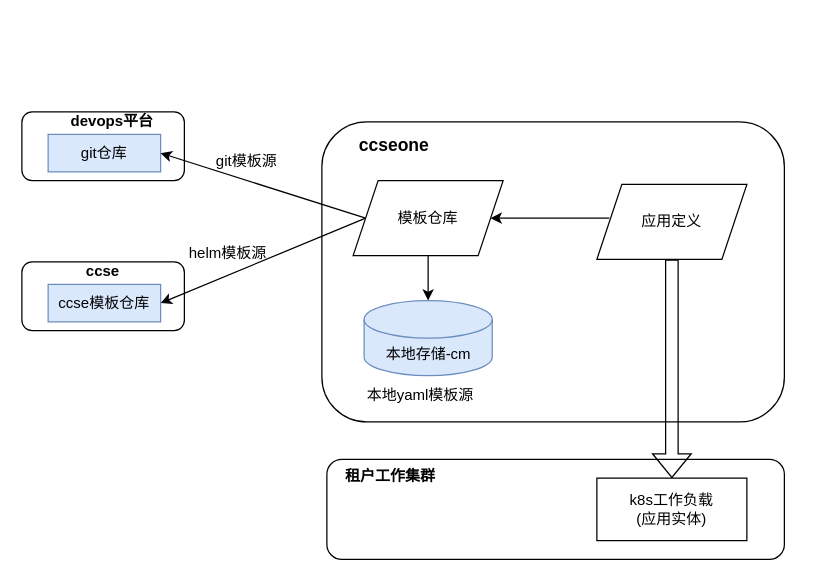
The draw.io diagram page "模板仓库" (2 of 5) of drawio/zz.drawio in Tiny-VS-Lina/ccse, before the edit. Source tidied: cells renumbered, new cells numbered last; positions are measured from the earlier drawing's top-left corner, leaving out a move shared by most shapes. Both pictures are drawn from the tidied source at 125%, with x=0, y=0 at pixel (21, 109).
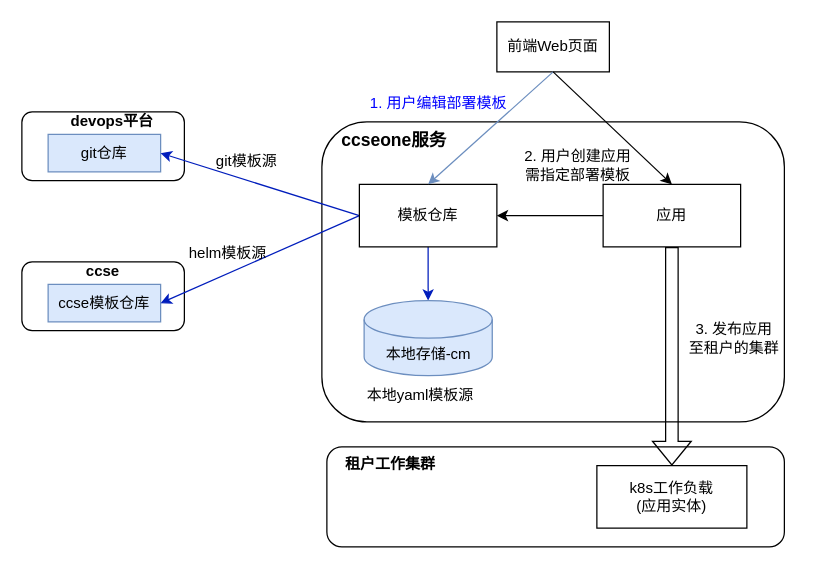
The same diagram, later.

Unchanged cells that the change refers to:
```xml
<mxCell id="5" value="git仓库" style="rounded=0;whiteSpace=wrap;html=1;fillColor=#dae8fc;strokeColor=#6c8ebf;" parent="3" vertex="1">
  <mxGeometry x="21" y="20" width="90" height="30" as="geometry" />
</mxCell>
<mxCell id="9" value="ccse模板仓库" style="rounded=0;whiteSpace=wrap;html=1;fillColor=#dae8fc;strokeColor=#6c8ebf;" parent="7" vertex="1">
  <mxGeometry x="21" y="20" width="90" height="30" as="geometry" />
</mxCell>
<mxCell id="18" value="本地存储-cm" style="shape=cylinder3;whiteSpace=wrap;html=1;boundedLbl=1;backgroundOutline=1;size=15;fillColor=#dae8fc;strokeColor=#6c8ebf;" parent="1" vertex="1">
  <mxGeometry x="273.8" y="153" width="102.5" height="60" as="geometry" />
</mxCell>
```

Diff of the diagram source:
```diff
@@
-    <mxCell id="11" style="endArrow=classic;html=1;rounded=0;entryX=1;entryY=0.5;entryDx=0;entryDy=0;exitX=0;exitY=0.5;exitDx=0;exitDy=0;" parent="1" edge="1" source="25" target="5">
+    <mxCell id="11" style="endArrow=classic;html=1;rounded=0;entryX=1;entryY=0.5;entryDx=0;entryDy=0;exitX=0;exitY=0.5;exitDx=0;exitDy=0;fillColor=#0050ef;strokeColor=#001DBC;" parent="1" edge="1" source="25" target="5">
       <mxGeometry relative="1" as="geometry" />
     </mxCell>
@@
-    <mxCell id="13" style="endArrow=classic;html=1;rounded=0;exitX=0;exitY=0.5;exitDx=0;exitDy=0;entryX=1;entryY=0.5;entryDx=0;entryDy=0;" parent="1" edge="1" source="25" target="9">
+    <mxCell id="13" style="endArrow=classic;html=1;rounded=0;exitX=0;exitY=0.5;exitDx=0;exitDy=0;entryX=1;entryY=0.5;entryDx=0;entryDy=0;fillColor=#0050ef;strokeColor=#001DBC;" parent="1" edge="1" source="25" target="9">
       <mxGeometry relative="1" as="geometry" />
     </mxCell>
@@
-    <mxCell id="15" style="endArrow=classic;html=1;rounded=0;exitX=0.5;exitY=1;exitDx=0;exitDy=0;" parent="1" edge="1" source="25" target="18">
+    <mxCell id="15" style="endArrow=classic;html=1;rounded=0;exitX=0.5;exitY=1;exitDx=0;exitDy=0;fillColor=#0050ef;strokeColor=#001DBC;" parent="1" edge="1" source="25" target="18">
       <mxGeometry relative="1" as="geometry" />
     </mxCell>
@@
-    <mxCell id="17" style="endArrow=classic;html=1;rounded=0;exitX=0;exitY=0.5;exitDx=0;exitDy=0;entryX=1;entryY=0.5;entryDx=0;entryDy=0;" parent="1" edge="1" target="25">
-      <mxGeometry relative="1" as="geometry">
-        <mxPoint x="470" y="87" as="sourcePoint" />
-      </mxGeometry>
+    <mxCell id="17" style="endArrow=classic;html=1;rounded=0;entryX=1;entryY=0.5;entryDx=0;entryDy=0;" parent="1" edge="1" source="26" target="25">
+      <mxGeometry relative="1" as="geometry" />
     </mxCell>
@@
-    <mxCell id="19" value="&lt;b style=&quot;font-size: 14px;&quot;&gt;ccseone&lt;/b&gt;" style="text;html=1;strokeColor=none;fillColor=none;align=center;verticalAlign=middle;whiteSpace=wrap;rounded=0;fontSize=14;" parent="1" vertex="1">
-      <mxGeometry x="250" y="14.5" width="96" height="28" as="geometry" />
+    <mxCell id="19" value="&lt;b style=&quot;font-size: 14px;&quot;&gt;ccseone服务&lt;/b&gt;" style="text;html=1;strokeColor=none;fillColor=none;align=center;verticalAlign=middle;whiteSpace=wrap;rounded=0;fontSize=14;" parent="1" vertex="1">
+      <mxGeometry x="250" y="10" width="96" height="30" as="geometry" />
     </mxCell>
     <mxCell id="20" style="rounded=1;whiteSpace=wrap;html=1;" parent="1" vertex="1">
-      <mxGeometry x="244" y="280" width="366" height="80" as="geometry" />
+      <mxGeometry x="244" y="270" width="366" height="80" as="geometry" />
     </mxCell>
     <mxCell id="21" value="k8s工作负载&lt;br&gt;(应用实体)" style="rounded=0;whiteSpace=wrap;html=1;" parent="1" vertex="1">
-      <mxGeometry x="460" y="295" width="120" height="50" as="geometry" />
+      <mxGeometry x="460" y="285" width="120" height="50" as="geometry" />
     </mxCell>
     <mxCell id="22" value="租户工作集群" style="text;html=1;strokeColor=none;fillColor=none;align=center;verticalAlign=middle;whiteSpace=wrap;rounded=0;fontStyle=1;" parent="1" vertex="1">
-      <mxGeometry x="250" y="280" width="90" height="28" as="geometry" />
+      <mxGeometry x="250" y="270" width="90" height="28" as="geometry" />
     </mxCell>
-    <mxCell id="23" style="shape=flexArrow;endArrow=classic;html=1;rounded=0;entryX=0.5;entryY=0;entryDx=0;entryDy=0;" parent="1" edge="1" source="24" target="21">
+    <mxCell id="23" style="shape=flexArrow;endArrow=classic;html=1;rounded=0;entryX=0.5;entryY=0;entryDx=0;entryDy=0;" parent="1" edge="1" source="26" target="21">
       <mxGeometry relative="1" as="geometry" />
     </mxCell>
-    <mxCell id="24" value="应用定义" style="shape=parallelogram;perimeter=parallelogramPerimeter;whiteSpace=wrap;html=1;fixedSize=1;" parent="1" vertex="1">
-      <mxGeometry x="460" y="60" width="120" height="60" as="geometry" />
-    </mxCell>
-    <mxCell id="25" value="模板仓库" style="shape=parallelogram;perimeter=parallelogramPerimeter;whiteSpace=wrap;html=1;fixedSize=1;" parent="1" vertex="1">
-      <mxGeometry x="265" y="57" width="120" height="60" as="geometry" />
+    <mxCell id="25" value="模板仓库" style="rounded=0;whiteSpace=wrap;html=1;" parent="1" vertex="1">
+      <mxGeometry x="270" y="60" width="110" height="50" as="geometry" />
     </mxCell>
+    <mxCell id="26" value="应用" style="rounded=0;whiteSpace=wrap;html=1;" parent="1" vertex="1">
+      <mxGeometry x="465" y="60" width="110" height="50" as="geometry" />
+    </mxCell>
+    <mxCell id="27" value="前端Web页面" style="rounded=0;whiteSpace=wrap;html=1;" parent="1" vertex="1">
+      <mxGeometry x="380" y="-70" width="90" height="40" as="geometry" />
+    </mxCell>
+    <mxCell id="28" style="endArrow=classic;html=1;rounded=0;exitX=0.5;exitY=1;exitDx=0;exitDy=0;entryX=0.5;entryY=0;entryDx=0;entryDy=0;fillColor=#dae8fc;strokeColor=#6c8ebf;" parent="1" edge="1" source="27" target="25">
+      <mxGeometry relative="1" as="geometry" />
+    </mxCell>
+    <mxCell id="29" style="endArrow=classic;html=1;rounded=0;exitX=0.5;exitY=1;exitDx=0;exitDy=0;entryX=0.5;entryY=0;entryDx=0;entryDy=0;" parent="1" edge="1" source="27" target="26">
+      <mxGeometry relative="1" as="geometry" />
+    </mxCell>
+    <mxCell id="30" value="1. 用户编辑部署模板" style="text;html=1;strokeColor=none;fillColor=none;align=center;verticalAlign=middle;whiteSpace=wrap;rounded=0;fontColor=#0000ff;" parent="1" vertex="1">
+      <mxGeometry x="273.8" y="-20" width="118.8" height="30" as="geometry" />
+    </mxCell>
+    <mxCell id="31" value="2. 用户创建应用&lt;br&gt;需指定部署模板" style="text;html=1;strokeColor=none;fillColor=none;align=center;verticalAlign=middle;whiteSpace=wrap;rounded=0;" parent="1" vertex="1">
+      <mxGeometry x="380" y="30" width="130" height="30" as="geometry" />
+    </mxCell>
+    <mxCell id="32" value="3.&amp;nbsp;发布应用&lt;br&gt;至租户的集群" style="text;html=1;strokeColor=none;fillColor=none;align=center;verticalAlign=middle;whiteSpace=wrap;rounded=0;" parent="1" vertex="1">
+      <mxGeometry x="520" y="168" width="100" height="30" as="geometry" />
+    </mxCell>
```
